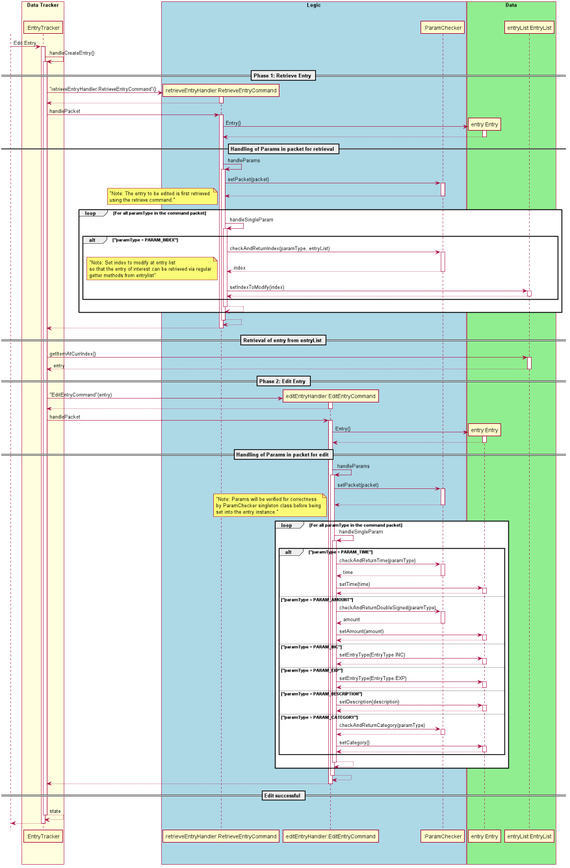
Earlier version of the PlantUML export docs/uml_images/images_updated/entryTrackerEditEntrySeqDiagram.png (nus-cs2113-AY2021S1/tp). Source of this version:
```plantuml
@startuml
autoactivate on

skinparam shadowing false
skinparam sequence {
ActorBorderColor white

ActorBackgroundColor white
ActorFontColor white
ActorFontSize 17
ActorFontName ""
}

actor User

User -> ":EntryTracker": Edit Entry

":EntryTracker" ->":EntryTracker": handleCreateEntry()
    == Phase 1: Retrieve Entry ==
    create "retrieveEntryHandler:RetrieveEntryCommand"
   ":EntryTracker"-> "retrieveEntryHandler:RetrieveEntryCommand" : "retrieveEntryHandler:RetrieveEntryCommand"()
    return

       ":EntryTracker"-> "retrieveEntryHandler:RetrieveEntryCommand" : handlePacket

            create "entry:Entry"
            "retrieveEntryHandler:RetrieveEntryCommand" -> "entry:Entry" : Entry()
            return
            == Handling of Params in packet for retrieval ==
            "retrieveEntryHandler:RetrieveEntryCommand" -> "retrieveEntryHandler:RetrieveEntryCommand" : handleParams
                "retrieveEntryHandler:RetrieveEntryCommand" -> ":ParamChecker" : setPacket(packet)
                return
                loop For all paramType in the command packet
                    note left: "Note: The entry to be edited is first retrieved \nusing the retrieve command."
                    "retrieveEntryHandler:RetrieveEntryCommand" -> "retrieveEntryHandler:RetrieveEntryCommand" : handleSingleParam
                        alt "paramType = PARAM_INDEX"
                            "retrieveEntryHandler:RetrieveEntryCommand" ->":ParamChecker": checkAndReturnIndex(paramType, entryList)
                            return index
                            note left: "Note: Set index to modify at entry list\nso that the entry of interest can be retrieved via regular\ngetter methods from entrylist"
                            "retrieveEntryHandler:RetrieveEntryCommand" -> "entryList:EntryList" : setIndexToModify(index)
                            return
                        end
                    return
                end
            return
       return

    == Retrieval of entry from entryList ==
    ":EntryTracker" -> "entryList:EntryList" : getItemAtCurrIndex()
    return entry

    == Phase 2: Edit Entry ==
    create "editEntryHandler:EditEntryCommand"
       ":EntryTracker"-> "editEntryHandler:EditEntryCommand" : "EditEntryCommand"(entry)
        return

    ":EntryTracker" -> "editEntryHandler:EditEntryCommand" : handlePacket

        create "entry:Entry"
        "editEntryHandler:EditEntryCommand" -> "entry:Entry" : Entry()
        return
        == Handling of Params in packet for edit ==
        "editEntryHandler:EditEntryCommand" -> "editEntryHandler:EditEntryCommand" : handleParams
            "editEntryHandler:EditEntryCommand" -> ":ParamChecker" : setPacket(packet)
            return
            loop For all paramType in the command packet
                note left: "Note: Params will be verified for correctness\nby ParamChecker singleton class before being\nset into the entry instance."
                "editEntryHandler:EditEntryCommand" -> "editEntryHandler:EditEntryCommand" : handleSingleParam
                    alt "paramType = PARAM_TIME"
                        "editEntryHandler:EditEntryCommand" ->":ParamChecker": checkAndReturnTime(paramType)
                        return time
                        "editEntryHandler:EditEntryCommand" -> "entry:Entry" : setTime(time)
                        return
                    else "paramType = PARAM_AMOUNT"
                        "editEntryHandler:EditEntryCommand" ->":ParamChecker": checkAndReturnDoubleSigned(paramType)
                        return amount
                        "editEntryHandler:EditEntryCommand" -> "entry:Entry" : setAmount(amount)
                        return
                    else "paramType = PARAM_INC"
                        "editEntryHandler:EditEntryCommand" -> "entry:Entry" : setEntryType(EntryType.INC)
                        return
                    else "paramType = PARAM_EXP"
                        "editEntryHandler:EditEntryCommand" -> "entry:Entry" : setEntryType(EntryType.EXP)
                        return
                    else "paramType = PARAM_DESCRIPTION"
                        "editEntryHandler:EditEntryCommand" -> "entry:Entry" : setDescription(description)
                        return
                    else "paramType = PARAM_CATEGORY"
                        "editEntryHandler:EditEntryCommand" ->":ParamChecker": checkAndReturnCategory(paramType)
                        return
                        "editEntryHandler:EditEntryCommand" -> "entry:Entry" : setCategory()
                        return
                    end
                return
            end
        return
   return
   == Edit successful ==
return state
return
box "Data Tracker" #LightYellow
participant ":EntryTracker"
endBox

box "Logic" #LightBlue
participant "retrieveEntryHandler:RetrieveEntryCommand"
participant "editEntryHandler:EditEntryCommand"
participant ":ParamChecker"
endBox

box "Data" #LightGreen
participant "entry:Entry"
participant "entryList:EntryList"
endBox
@enduml
```
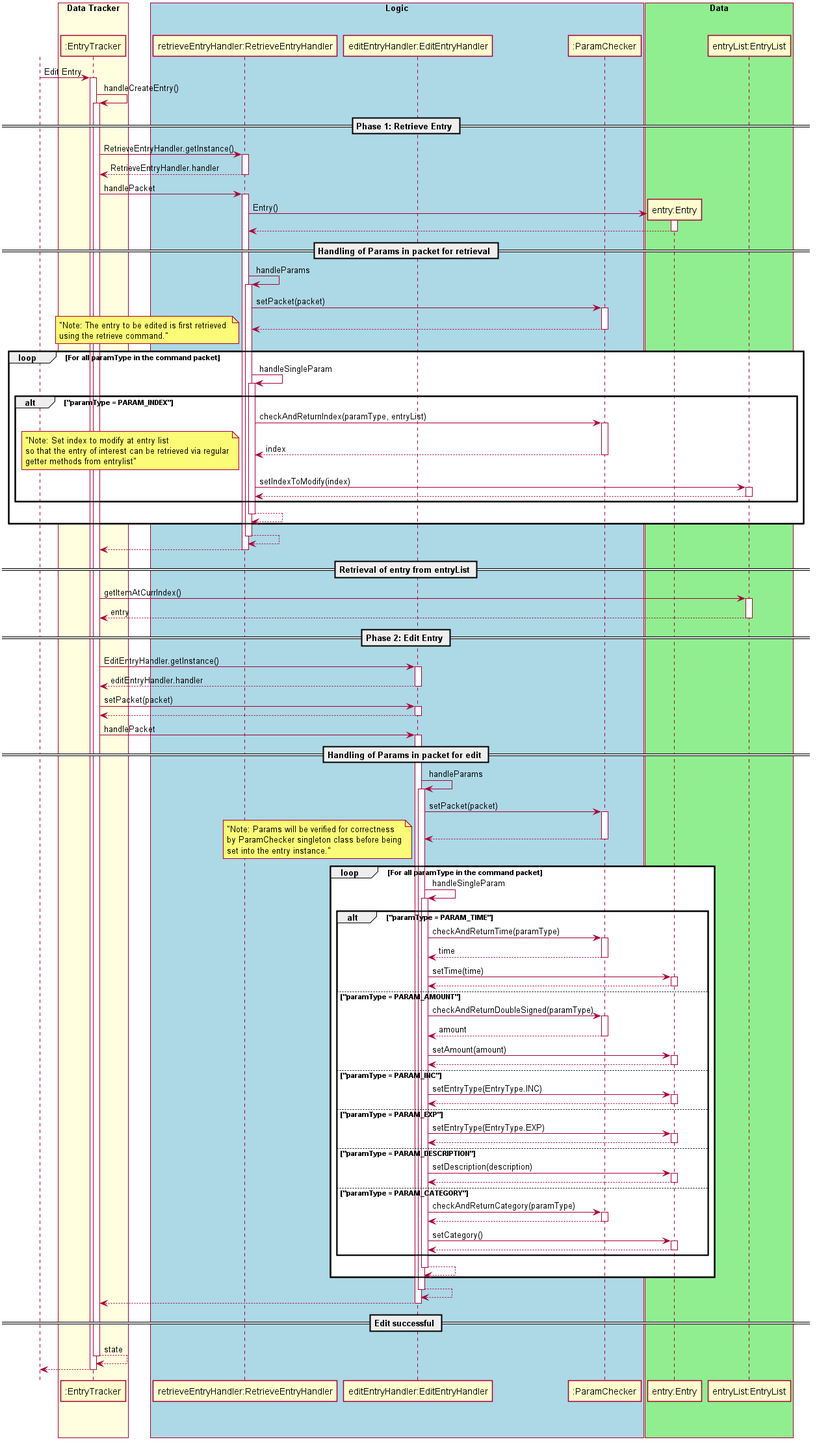
The same diagram one commit later.

Change to the diagram source:
```diff
@@ -17,27 +17,26 @@
 
 ":EntryTracker" ->":EntryTracker": handleCreateEntry()
     == Phase 1: Retrieve Entry ==
-    create "retrieveEntryHandler:RetrieveEntryCommand"
-   ":EntryTracker"-> "retrieveEntryHandler:RetrieveEntryCommand" : "retrieveEntryHandler:RetrieveEntryCommand"()
-    return
+   ":EntryTracker"-> "retrieveEntryHandler:RetrieveEntryHandler" : RetrieveEntryHandler.getInstance()
+    return RetrieveEntryHandler.handler
 
-       ":EntryTracker"-> "retrieveEntryHandler:RetrieveEntryCommand" : handlePacket
+       ":EntryTracker"-> "retrieveEntryHandler:RetrieveEntryHandler" : handlePacket
 
             create "entry:Entry"
-            "retrieveEntryHandler:RetrieveEntryCommand" -> "entry:Entry" : Entry()
+            "retrieveEntryHandler:RetrieveEntryHandler" -> "entry:Entry" : Entry()
             return
             == Handling of Params in packet for retrieval ==
-            "retrieveEntryHandler:RetrieveEntryCommand" -> "retrieveEntryHandler:RetrieveEntryCommand" : handleParams
-                "retrieveEntryHandler:RetrieveEntryCommand" -> ":ParamChecker" : setPacket(packet)
+            "retrieveEntryHandler:RetrieveEntryHandler" -> "retrieveEntryHandler:RetrieveEntryHandler" : handleParams
+                "retrieveEntryHandler:RetrieveEntryHandler" -> ":ParamChecker" : setPacket(packet)
                 return
                 loop For all paramType in the command packet
                     note left: "Note: The entry to be edited is first retrieved \nusing the retrieve command."
-                    "retrieveEntryHandler:RetrieveEntryCommand" -> "retrieveEntryHandler:RetrieveEntryCommand" : handleSingleParam
+                    "retrieveEntryHandler:RetrieveEntryHandler" -> "retrieveEntryHandler:RetrieveEntryHandler" : handleSingleParam
                         alt "paramType = PARAM_INDEX"
-                            "retrieveEntryHandler:RetrieveEntryCommand" ->":ParamChecker": checkAndReturnIndex(paramType, entryList)
+                            "retrieveEntryHandler:RetrieveEntryHandler" ->":ParamChecker": checkAndReturnIndex(paramType, entryList)
                             return index
                             note left: "Note: Set index to modify at entry list\nso that the entry of interest can be retrieved via regular\ngetter methods from entrylist"
-                            "retrieveEntryHandler:RetrieveEntryCommand" -> "entryList:EntryList" : setIndexToModify(index)
+                            "retrieveEntryHandler:RetrieveEntryHandler" -> "entryList:EntryList" : setIndexToModify(index)
                             return
                         end
                     return
@@ -50,45 +49,42 @@
     return entry
 
     == Phase 2: Edit Entry ==
-    create "editEntryHandler:EditEntryCommand"
-       ":EntryTracker"-> "editEntryHandler:EditEntryCommand" : "EditEntryCommand"(entry)
+       ":EntryTracker"-> "editEntryHandler:EditEntryHandler" : EditEntryHandler.getInstance()
+        return editEntryHandler.handler
+        ":EntryTracker" -> "editEntryHandler:EditEntryHandler" : setPacket(packet)
         return
+        ":EntryTracker" -> "editEntryHandler:EditEntryHandler" : handlePacket
 
-    ":EntryTracker" -> "editEntryHandler:EditEntryCommand" : handlePacket
-
-        create "entry:Entry"
-        "editEntryHandler:EditEntryCommand" -> "entry:Entry" : Entry()
-        return
         == Handling of Params in packet for edit ==
-        "editEntryHandler:EditEntryCommand" -> "editEntryHandler:EditEntryCommand" : handleParams
-            "editEntryHandler:EditEntryCommand" -> ":ParamChecker" : setPacket(packet)
+        "editEntryHandler:EditEntryHandler" -> "editEntryHandler:EditEntryHandler" : handleParams
+            "editEntryHandler:EditEntryHandler" -> ":ParamChecker" : setPacket(packet)
             return
             loop For all paramType in the command packet
                 note left: "Note: Params will be verified for correctness\nby ParamChecker singleton class before being\nset into the entry instance."
-                "editEntryHandler:EditEntryCommand" -> "editEntryHandler:EditEntryCommand" : handleSingleParam
+                "editEntryHandler:EditEntryHandler" -> "editEntryHandler:EditEntryHandler" : handleSingleParam
                     alt "paramType = PARAM_TIME"
-                        "editEntryHandler:EditEntryCommand" ->":ParamChecker": checkAndReturnTime(paramType)
+                        "editEntryHandler:EditEntryHandler" ->":ParamChecker": checkAndReturnTime(paramType)
                         return time
-                        "editEntryHandler:EditEntryCommand" -> "entry:Entry" : setTime(time)
+                        "editEntryHandler:EditEntryHandler" -> "entry:Entry" : setTime(time)
                         return
                     else "paramType = PARAM_AMOUNT"
-                        "editEntryHandler:EditEntryCommand" ->":ParamChecker": checkAndReturnDoubleSigned(paramType)
+                        "editEntryHandler:EditEntryHandler" ->":ParamChecker": checkAndReturnDoubleSigned(paramType)
                         return amount
-                        "editEntryHandler:EditEntryCommand" -> "entry:Entry" : setAmount(amount)
+                        "editEntryHandler:EditEntryHandler" -> "entry:Entry" : setAmount(amount)
                         return
                     else "paramType = PARAM_INC"
-                        "editEntryHandler:EditEntryCommand" -> "entry:Entry" : setEntryType(EntryType.INC)
+                        "editEntryHandler:EditEntryHandler" -> "entry:Entry" : setEntryType(EntryType.INC)
                         return
                     else "paramType = PARAM_EXP"
-                        "editEntryHandler:EditEntryCommand" -> "entry:Entry" : setEntryType(EntryType.EXP)
+                        "editEntryHandler:EditEntryHandler" -> "entry:Entry" : setEntryType(EntryType.EXP)
                         return
                     else "paramType = PARAM_DESCRIPTION"
-                        "editEntryHandler:EditEntryCommand" -> "entry:Entry" : setDescription(description)
+                        "editEntryHandler:EditEntryHandler" -> "entry:Entry" : setDescription(description)
                         return
                     else "paramType = PARAM_CATEGORY"
-                        "editEntryHandler:EditEntryCommand" ->":ParamChecker": checkAndReturnCategory(paramType)
+                        "editEntryHandler:EditEntryHandler" ->":ParamChecker": checkAndReturnCategory(paramType)
                         return
-                        "editEntryHandler:EditEntryCommand" -> "entry:Entry" : setCategory()
+                        "editEntryHandler:EditEntryHandler" -> "entry:Entry" : setCategory()
                         return
                     end
                 return
@@ -103,8 +99,8 @@
 endBox
 
 box "Logic" #LightBlue
-participant "retrieveEntryHandler:RetrieveEntryCommand"
-participant "editEntryHandler:EditEntryCommand"
+participant "retrieveEntryHandler:RetrieveEntryHandler"
+participant "editEntryHandler:EditEntryHandler"
 participant ":ParamChecker"
 endBox
 
```
